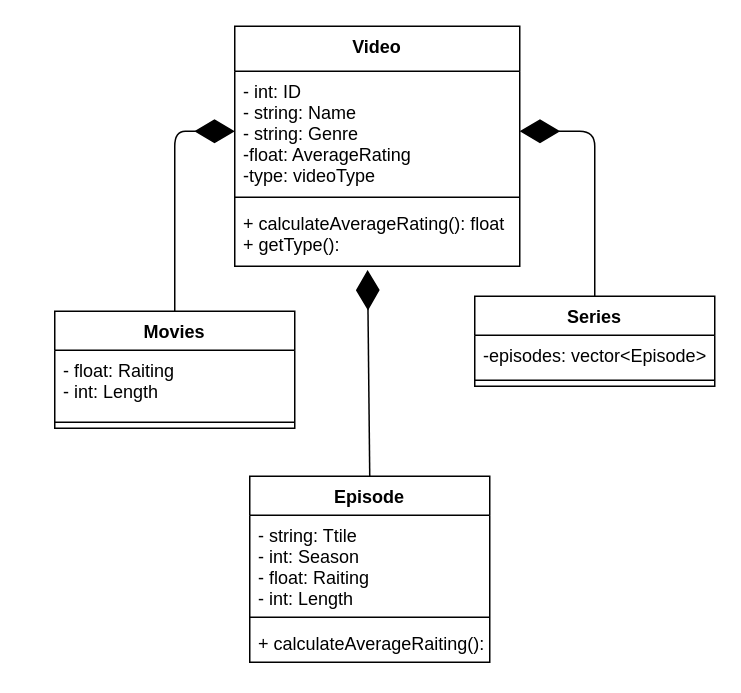
A01801003/Proyecto-Final-TC1030 keeps this draw.io diagram as UML.drawio. Above is the earlier version. Source tidied: cells renumbered, new cells numbered last; positions are measured from the earlier drawing's top-left corner, leaving out a move shared by most shapes. Both pictures are drawn from the tidied source at 150%, with x=0, y=0 at pixel (54, 26).
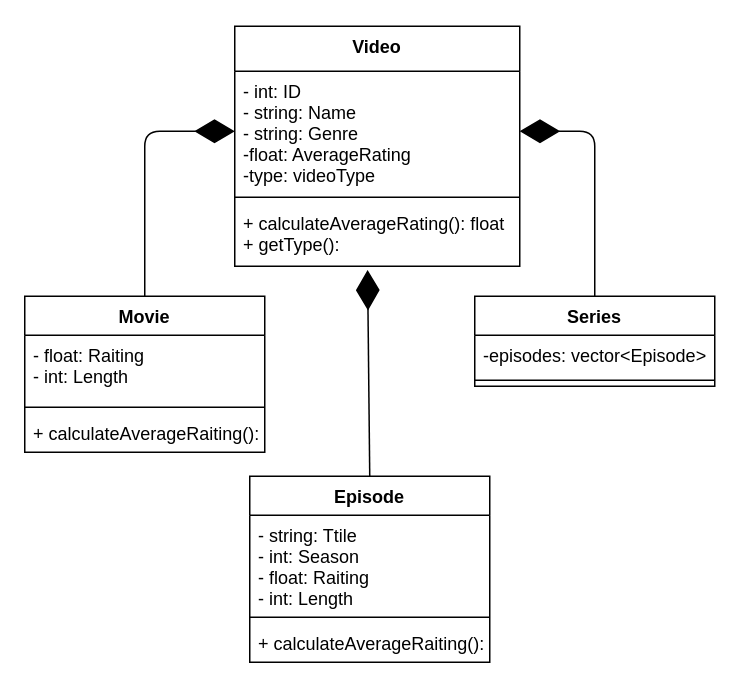
The same page after the edit.

The change refers to these unchanged cells:
```xml
<mxCell id="3" value="- int: ID &#10;- string: Name &#10;- string: Genre&#10;-float: AverageRating&#10;-type: videoType&#10;" style="text;strokeColor=none;fillColor=none;align=left;verticalAlign=top;spacingLeft=4;spacingRight=4;overflow=hidden;points=[[0,0.5],[1,0.5]];portConstraint=eastwest;" parent="2" vertex="1">
  <mxGeometry y="30" width="190" height="80" as="geometry" />
</mxCell>
```

Diff of the diagram source:
```diff
@@
-    <mxCell id="7" value="Movies" style="swimlane;fontStyle=1;align=center;verticalAlign=top;horizontal=1;startSize=26;whiteSpace=wrap;" parent="1" vertex="1">
-      <mxGeometry y="190" width="160" height="78" as="geometry" />
-    </mxCell>
-    <mxCell id="8" value="- float: Raiting&#10;- int: Length" style="text;strokeColor=none;fillColor=none;align=left;verticalAlign=top;spacingLeft=4;spacingRight=4;overflow=hidden;" parent="7" vertex="1">
-      <mxGeometry y="26" width="160" height="44" as="geometry" />
-    </mxCell>
-    <mxCell id="9" style="line;strokeWidth=1;fillColor=none;align=left;verticalAlign=middle;spacingTop=-1;spacingLeft=3;spacingRight=3;labelPosition=right;strokeColor=inherit;" parent="7" vertex="1">
-      <mxGeometry y="70" width="160" height="8" as="geometry" />
-    </mxCell>
@@
-    <mxCell id="18" style="endArrow=diamondThin;endFill=1;endSize=24;html=1;exitX=0.5;exitY=0;exitDx=0;exitDy=0;entryX=0;entryY=0.5;entryDx=0;entryDy=0;" parent="1" edge="1" source="7" target="3">
+    <mxCell id="18" style="endArrow=diamondThin;endFill=1;endSize=24;html=1;exitX=0.5;exitY=0;exitDx=0;exitDy=0;entryX=0;entryY=0.5;entryDx=0;entryDy=0;" parent="1" edge="1" source="19" target="3">
       <mxGeometry relative="1" as="geometry">
         <Array as="points">
-          <mxPoint x="80" y="70" />
+          <mxPoint x="60" y="70" />
         </Array>
       </mxGeometry>
     </mxCell>
+    <mxCell id="19" value="Movie" style="swimlane;fontStyle=1;align=center;verticalAlign=top;horizontal=1;startSize=26;" parent="1" vertex="1">
+      <mxGeometry x="-20" y="180" width="160" height="104" as="geometry" />
+    </mxCell>
+    <mxCell id="8" value="- float: Raiting&#10;- int: Length" style="text;strokeColor=none;fillColor=none;align=left;verticalAlign=top;spacingLeft=4;spacingRight=4;overflow=hidden;" parent="19" vertex="1">
+      <mxGeometry y="26" width="160" height="44" as="geometry" />
+    </mxCell>
+    <mxCell id="9" style="line;strokeWidth=1;fillColor=none;align=left;verticalAlign=middle;spacingTop=-1;spacingLeft=3;spacingRight=3;labelPosition=right;strokeColor=inherit;" parent="19" vertex="1">
+      <mxGeometry y="70" width="160" height="8" as="geometry" />
+    </mxCell>
+    <mxCell id="20" value="+ calculateAverageRaiting():" style="text;strokeColor=none;fillColor=none;align=left;verticalAlign=top;spacingLeft=4;spacingRight=4;overflow=hidden;" parent="19" vertex="1">
+      <mxGeometry y="78" width="160" height="26" as="geometry" />
+    </mxCell>
```
